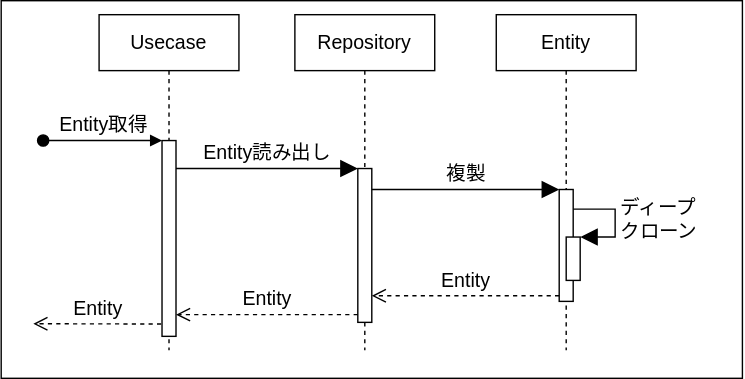
Before: Documents/Design/設定値表示シーケンス.svg, a diagram exported from draw.io (bosssanovar/WindowsApp_Template_202404). Source tidied: cells renumbered, new cells last; positions are measured from the earlier drawing's top-left corner, leaving out a move shared by most shapes.
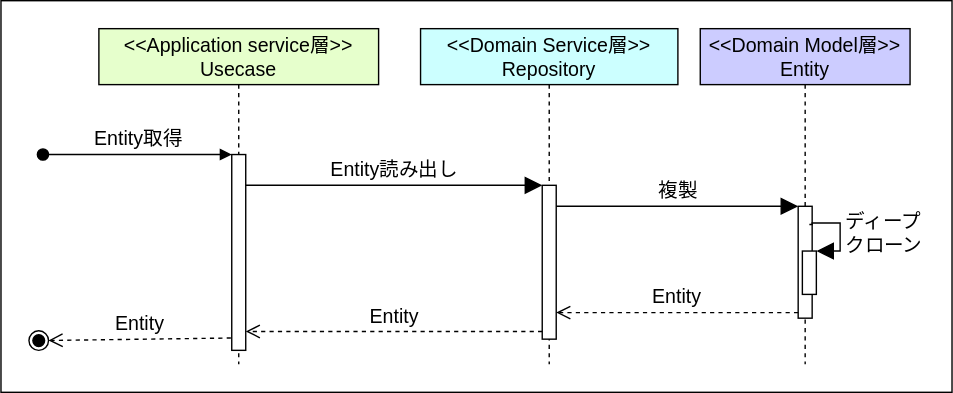
The same file after the commit.

The edit, as a diff of the source:
```diff
@@ -3,39 +3,42 @@
     <mxCell id="0" />
     <mxCell id="1" parent="0" />
     <mxCell id="2" style="rounded=0;whiteSpace=wrap;html=1;strokeColor=#000000;strokeWidth=1;fontSize=14;fontColor=#000000;fillColor=default;" parent="1" vertex="1">
-      <mxGeometry width="530" height="270" as="geometry" />
+      <mxGeometry x="-50" y="-10" width="680" height="280" as="geometry" />
     </mxCell>
-    <mxCell id="3" value="Usecase" style="shape=umlLifeline;perimeter=lifelinePerimeter;whiteSpace=wrap;html=1;strokeColor=#000000;strokeWidth=1;fontSize=14;fontColor=#000000;fillColor=#FFFFFF;" parent="1" vertex="1">
-      <mxGeometry x="70" y="10" width="100" height="240" as="geometry" />
+    <mxCell id="3" value="&amp;lt;&amp;lt;Application service層&amp;gt;&amp;gt;&lt;br&gt;Usecase" style="shape=umlLifeline;perimeter=lifelinePerimeter;whiteSpace=wrap;html=1;strokeColor=#000000;strokeWidth=1;fontSize=14;fontColor=#000000;fillColor=#E6FFCC;" parent="1" vertex="1">
+      <mxGeometry x="20" y="10" width="200" height="240" as="geometry" />
     </mxCell>
     <mxCell id="4" style="html=1;points=[];perimeter=orthogonalPerimeter;strokeColor=#000000;strokeWidth=1;fontSize=14;fontColor=#000000;fillColor=default;" parent="3" vertex="1">
-      <mxGeometry x="45" y="90" width="10" height="140" as="geometry" />
+      <mxGeometry x="95" y="90" width="10" height="140" as="geometry" />
     </mxCell>
     <mxCell id="5" value="Entity取得" style="html=1;verticalAlign=bottom;startArrow=oval;endArrow=block;startSize=8;strokeWidth=1;fontSize=14;fontColor=#000000;" parent="3" edge="1" target="4">
       <mxGeometry relative="1" as="geometry">
         <mxPoint x="-40" y="90" as="sourcePoint" />
       </mxGeometry>
     </mxCell>
-    <mxCell id="6" value="Repository" style="shape=umlLifeline;perimeter=lifelinePerimeter;whiteSpace=wrap;html=1;strokeColor=#000000;strokeWidth=1;fontSize=14;fontColor=#000000;fillColor=#FFFFFF;" parent="1" vertex="1">
-      <mxGeometry x="210" y="10" width="100" height="240" as="geometry" />
+    <mxCell id="6" value="&amp;lt;&amp;lt;Domain Service層&amp;gt;&amp;gt;&lt;br&gt;Repository" style="shape=umlLifeline;perimeter=lifelinePerimeter;whiteSpace=wrap;html=1;strokeColor=#000000;strokeWidth=1;fontSize=14;fontColor=#000000;fillColor=#CCFFFF;" parent="1" vertex="1">
+      <mxGeometry x="250" y="10" width="184" height="240" as="geometry" />
     </mxCell>
     <mxCell id="7" style="html=1;points=[];perimeter=orthogonalPerimeter;strokeColor=#000000;strokeWidth=1;fontSize=14;fontColor=#000000;fillColor=default;" parent="6" vertex="1">
-      <mxGeometry x="45" y="110" width="10" height="110" as="geometry" />
+      <mxGeometry x="87" y="112" width="10" height="110" as="geometry" />
     </mxCell>
-    <mxCell id="8" value="Entity" style="shape=umlLifeline;perimeter=lifelinePerimeter;whiteSpace=wrap;html=1;strokeColor=#000000;strokeWidth=1;fontSize=14;fontColor=#000000;fillColor=#FFFFFF;" parent="1" vertex="1">
-      <mxGeometry x="354" y="10" width="100" height="240" as="geometry" />
+    <mxCell id="8" value="&amp;lt;&amp;lt;Domain Model層&amp;gt;&amp;gt;&lt;br&gt;Entity" style="shape=umlLifeline;perimeter=lifelinePerimeter;whiteSpace=wrap;html=1;strokeColor=#000000;strokeWidth=1;fontSize=14;fontColor=#000000;fillColor=#CCCCFF;" parent="1" vertex="1">
+      <mxGeometry x="450" y="10" width="150" height="240" as="geometry" />
     </mxCell>
     <mxCell id="9" style="html=1;points=[];perimeter=orthogonalPerimeter;strokeColor=#000000;strokeWidth=1;fontSize=14;fontColor=#000000;fillColor=default;" parent="8" vertex="1">
-      <mxGeometry x="45" y="125" width="10" height="80" as="geometry" />
+      <mxGeometry x="70" y="127" width="10" height="80" as="geometry" />
     </mxCell>
     <mxCell id="10" style="html=1;points=[];perimeter=orthogonalPerimeter;strokeColor=#000000;strokeWidth=1;fontSize=14;fontColor=#000000;fillColor=default;" parent="8" vertex="1">
-      <mxGeometry x="50" y="159" width="10" height="31" as="geometry" />
+      <mxGeometry x="73" y="159" width="10" height="31" as="geometry" />
     </mxCell>
     <mxCell id="11" value="ディープ&lt;br&gt;クローン" style="edgeStyle=orthogonalEdgeStyle;html=1;align=left;spacingLeft=2;endArrow=block;rounded=0;entryX=1;entryY=0;strokeWidth=1;fontSize=14;fontColor=#000000;startSize=6;endSize=10;" parent="8" edge="1" target="10">
       <mxGeometry relative="1" as="geometry">
-        <mxPoint x="55" y="139" as="sourcePoint" />
+        <mxPoint x="78" y="140" as="sourcePoint" />
         <Array as="points">
-          <mxPoint x="85" y="139" />
+          <mxPoint x="80" y="140" />
+          <mxPoint x="80" y="139" />
+          <mxPoint x="100" y="139" />
+          <mxPoint x="100" y="159" />
         </Array>
       </mxGeometry>
     </mxCell>
@@ -51,10 +54,11 @@
     <mxCell id="15" value="Entity" style="html=1;verticalAlign=bottom;endArrow=open;dashed=1;endSize=8;exitX=0;exitY=0.95;strokeWidth=1;fontSize=14;fontColor=#000000;" parent="1" edge="1" source="7" target="4">
       <mxGeometry relative="1" as="geometry" />
     </mxCell>
-    <mxCell id="16" value="Entity" style="html=1;verticalAlign=bottom;endArrow=open;dashed=1;endSize=8;exitX=-0.062;exitY=0.937;strokeWidth=1;fontSize=14;fontColor=#000000;exitDx=0;exitDy=0;exitPerimeter=0;" parent="1" edge="1" source="4">
-      <mxGeometry relative="1" as="geometry">
-        <mxPoint x="23" y="231" as="targetPoint" />
-      </mxGeometry>
+    <mxCell id="16" value="Entity" style="html=1;verticalAlign=bottom;endArrow=open;dashed=1;endSize=8;exitX=-0.062;exitY=0.937;strokeWidth=1;fontSize=14;fontColor=#000000;exitDx=0;exitDy=0;exitPerimeter=0;" parent="1" edge="1" source="4" target="17">
+      <mxGeometry relative="1" as="geometry" />
     </mxCell>
+    <mxCell id="17" style="ellipse;html=1;shape=endState;fillColor=strokeColor;strokeColor=#000000;fontSize=14;fontColor=#000000;" parent="1" vertex="1">
+      <mxGeometry x="-30" y="226" width="14" height="14" as="geometry" />
+    </mxCell>
   </root>
 </mxGraphModel>
```
